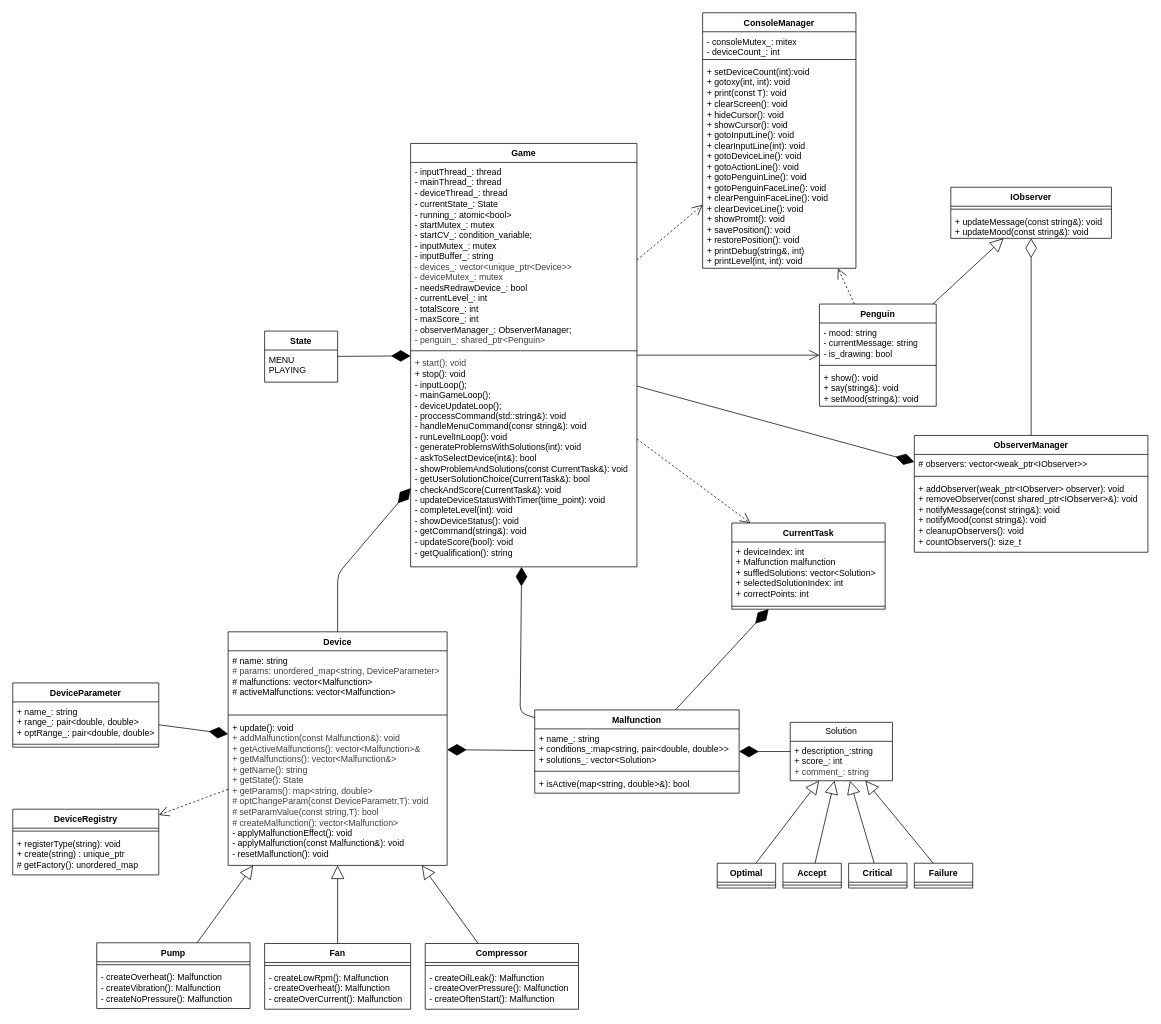
Earlier version of the draw.io diagram docs/diagram.drawio (MARGO0901/otus-finalproject). Source tidied: cells renumbered, new cells numbered last; positions are measured from the earlier drawing's top-left corner, leaving out a move shared by most shapes. Both pictures are drawn from the tidied source at 73%, with x=0, y=0 at pixel (12, 12).
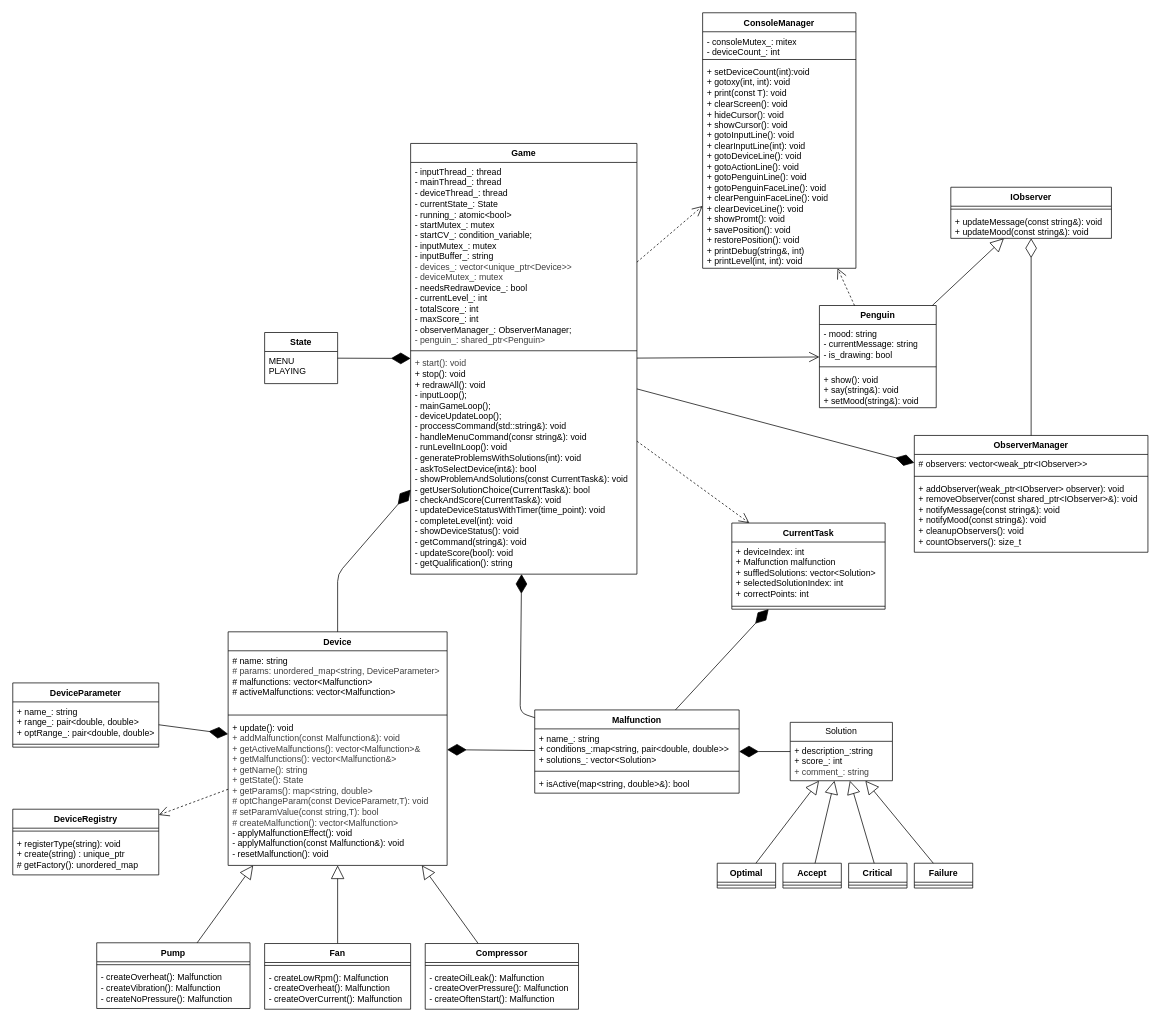
After the change.

Diff of the diagram source:
```diff
@@
     <mxCell id="2" value="Game" style="swimlane;fontStyle=1;align=center;verticalAlign=top;horizontal=1;startSize=26;whiteSpace=wrap;html=1;" parent="1" vertex="1">
-      <mxGeometry x="545" y="179" width="310" height="580" as="geometry" />
+      <mxGeometry x="545" y="179" width="310" height="590" as="geometry" />
     </mxCell>
@@
-    <mxCell id="5" value="&lt;div&gt;&lt;span style=&quot;color: rgb(63, 63, 63); background-color: transparent;&quot;&gt;+ start(): void&lt;/span&gt;&lt;/div&gt;&lt;div&gt;+ stop(): void&lt;/div&gt;&lt;div&gt;- inputLoop();&lt;/div&gt;&lt;div&gt;- mainGameLoop();&lt;/div&gt;&lt;div&gt;- deviceUpdateLoop();&lt;/div&gt;&lt;div&gt;- proccessCommand(std::string&amp;amp;): void&lt;/div&gt;&lt;div&gt;- handleMenuCommand(consr string&amp;amp;): void&lt;/div&gt;- runLevelInLoop(): void&lt;div&gt;- generateProblemsWithSolutions(int): void&lt;/div&gt;&lt;div&gt;-&amp;nbsp;askToSelectDevice(int&amp;amp;): bool&lt;/div&gt;&lt;div&gt;-&amp;nbsp;showProblemAndSolutions(const CurrentTask&amp;amp;): void&lt;/div&gt;&lt;div&gt;-&amp;nbsp;getUserSolutionChoice(CurrentTask&amp;amp;): bool&lt;/div&gt;&lt;div&gt;-&amp;nbsp;checkAndScore(CurrentTask&amp;amp;): void&lt;/div&gt;&lt;div&gt;-&amp;nbsp;updateDeviceStatusWithTimer(time_point): void&lt;/div&gt;&lt;div&gt;-&amp;nbsp;completeLevel(int): void&lt;/div&gt;&lt;div&gt;- showDeviceStatus(): void&lt;/div&gt;&lt;div&gt;- getCommand(string&amp;amp;): void&lt;/div&gt;&lt;div&gt;- updateScore(bool): void&lt;/div&gt;&lt;div&gt;- getQualification(): string&lt;/div&gt;" style="text;strokeColor=none;fillColor=none;align=left;verticalAlign=top;spacingLeft=4;spacingRight=4;overflow=hidden;whiteSpace=wrap;html=1;" parent="2" vertex="1">
-      <mxGeometry y="288" width="310" height="292" as="geometry" />
+    <mxCell id="5" value="&lt;div&gt;&lt;span style=&quot;color: rgb(63, 63, 63); background-color: transparent;&quot;&gt;+ start(): void&lt;/span&gt;&lt;/div&gt;&lt;div&gt;+ stop(): void&lt;/div&gt;&lt;div&gt;+ redrawAll(): void&lt;/div&gt;&lt;div&gt;- inputLoop();&lt;/div&gt;&lt;div&gt;- mainGameLoop();&lt;/div&gt;&lt;div&gt;- deviceUpdateLoop();&lt;/div&gt;&lt;div&gt;- proccessCommand(std::string&amp;amp;): void&lt;/div&gt;&lt;div&gt;- handleMenuCommand(consr string&amp;amp;): void&lt;/div&gt;- runLevelInLoop(): void&lt;div&gt;- generateProblemsWithSolutions(int): void&lt;/div&gt;&lt;div&gt;-&amp;nbsp;askToSelectDevice(int&amp;amp;): bool&lt;/div&gt;&lt;div&gt;-&amp;nbsp;showProblemAndSolutions(const CurrentTask&amp;amp;): void&lt;/div&gt;&lt;div&gt;-&amp;nbsp;getUserSolutionChoice(CurrentTask&amp;amp;): bool&lt;/div&gt;&lt;div&gt;-&amp;nbsp;checkAndScore(CurrentTask&amp;amp;): void&lt;/div&gt;&lt;div&gt;-&amp;nbsp;updateDeviceStatusWithTimer(time_point): void&lt;/div&gt;&lt;div&gt;-&amp;nbsp;completeLevel(int): void&lt;/div&gt;&lt;div&gt;- showDeviceStatus(): void&lt;/div&gt;&lt;div&gt;- getCommand(string&amp;amp;): void&lt;/div&gt;&lt;div&gt;- updateScore(bool): void&lt;/div&gt;&lt;div&gt;- getQualification(): string&lt;/div&gt;" style="text;strokeColor=none;fillColor=none;align=left;verticalAlign=top;spacingLeft=4;spacingRight=4;overflow=hidden;whiteSpace=wrap;html=1;" parent="2" vertex="1">
+      <mxGeometry y="288" width="310" height="302" as="geometry" />
     </mxCell>
@@
     <mxCell id="25" value="Penguin" style="swimlane;fontStyle=1;align=center;verticalAlign=top;horizontal=1;startSize=26;whiteSpace=wrap;html=1;" parent="1" vertex="1">
-      <mxGeometry x="1105" y="399" width="160" height="140" as="geometry" />
+      <mxGeometry x="1105" y="401" width="160" height="140" as="geometry" />
     </mxCell>
@@
     <mxCell id="58" value="State" style="swimlane;fontStyle=1;align=center;verticalAlign=top;horizontal=1;startSize=26;whiteSpace=wrap;html=1;" parent="1" vertex="1">
-      <mxGeometry x="345" y="436" width="100" height="70" as="geometry" />
+      <mxGeometry x="345" y="438" width="100" height="70" as="geometry" />
     </mxCell>
```
